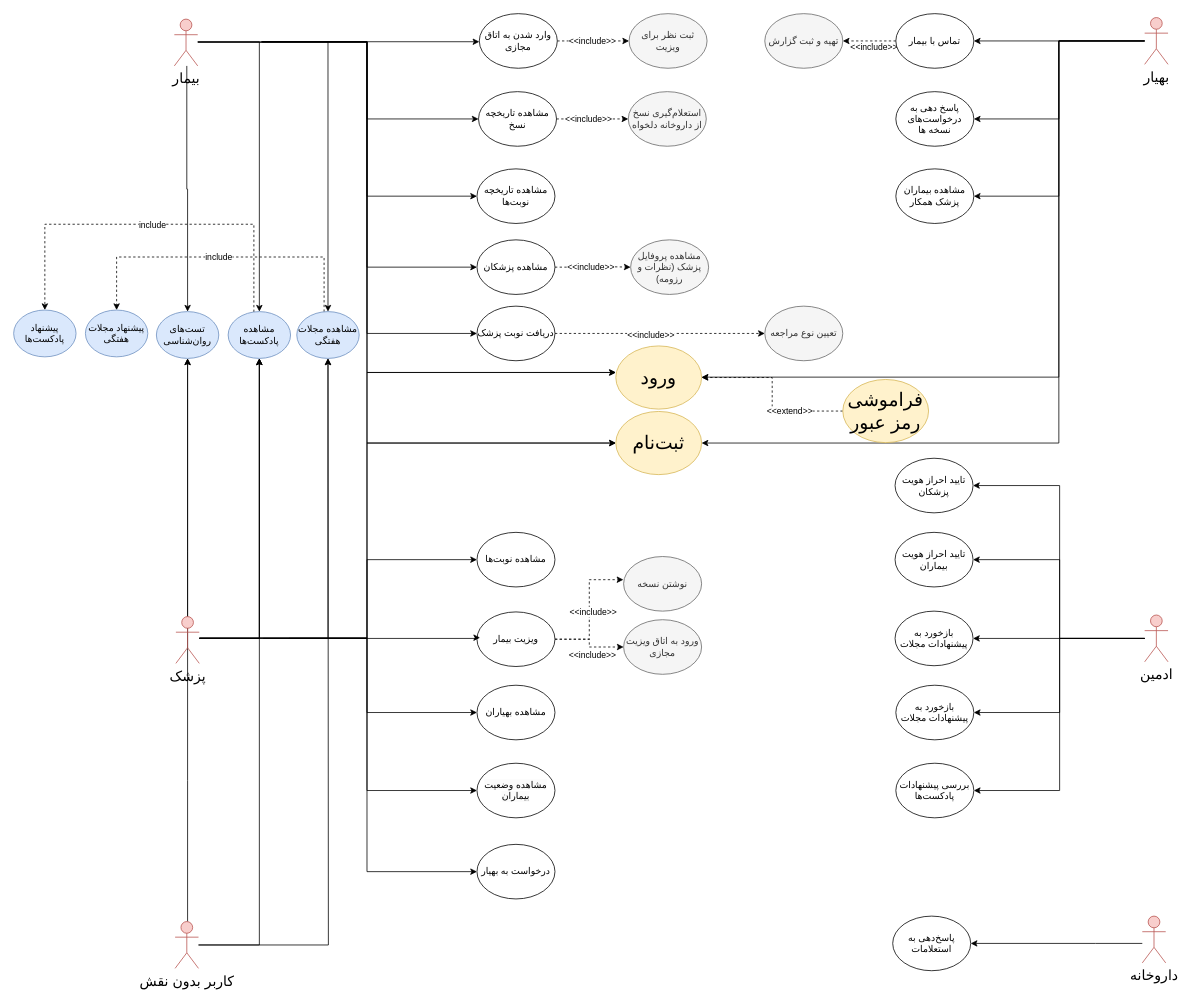
This is UseCases/UseCase-level1.drawio from Matinrezaei/Software-Lab, a draw.io file, before an edit. Source tidied: cells renumbered, new cells numbered last; positions are measured from the earlier drawing's top-left corner, leaving out a move shared by most shapes. Both pictures are drawn from the tidied source at 78%, with x=0, y=0 at pixel (13, 13).
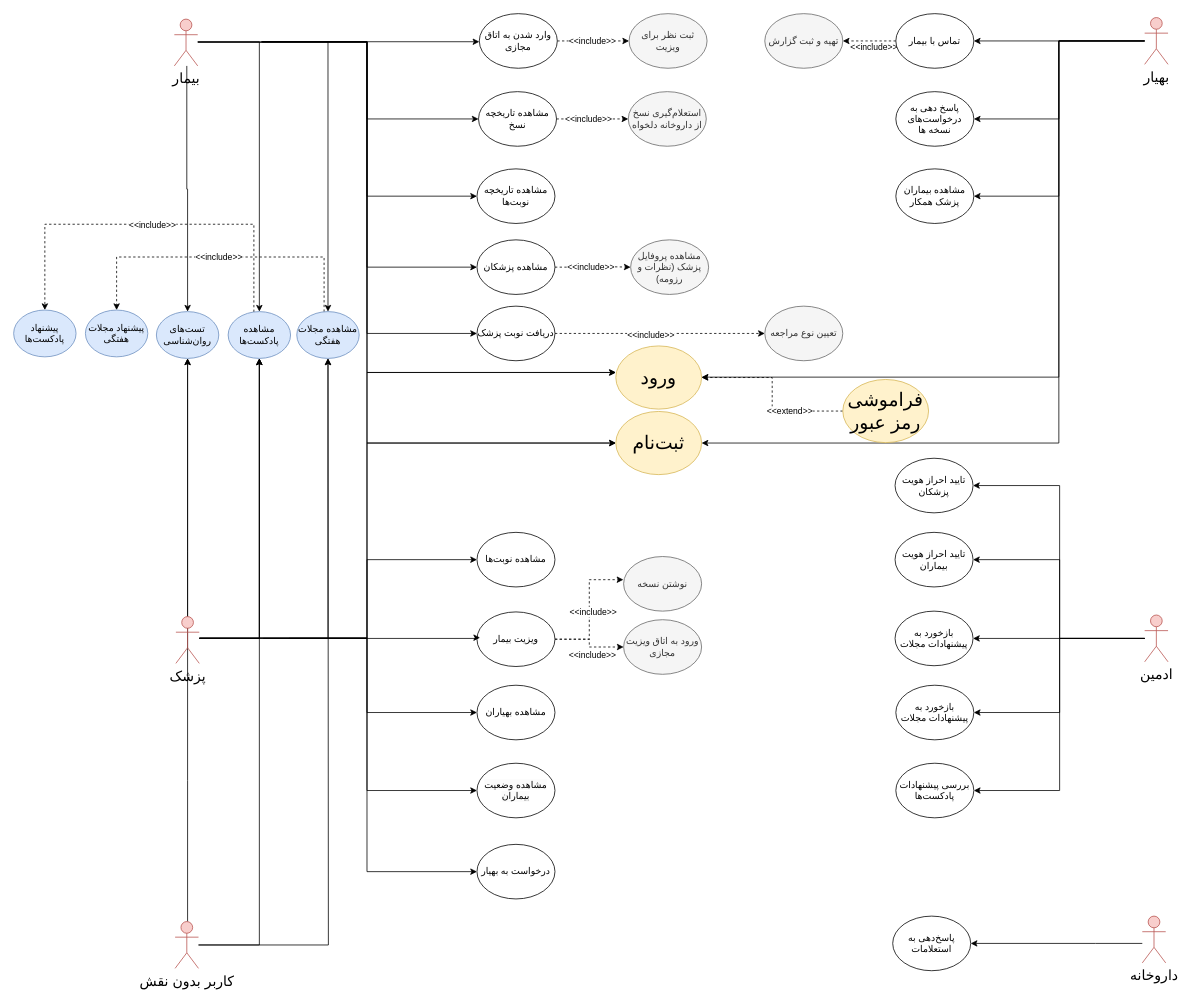
After the change.

The change refers to these unchanged cells:
```xml
<mxCell id="71" style="edgeStyle=orthogonalEdgeStyle;rounded=0;jettySize=auto;html=1;entryX=0.5;entryY=0;entryDx=0;entryDy=0;dashed=1;" parent="1" edge="1" source="73" target="84">
  <mxGeometry relative="1" as="geometry">
    <Array as="points">
      <mxPoint x="308" y="270" />
      <mxPoint x="40" y="270" />
    </Array>
  </mxGeometry>
</mxCell>
<mxCell id="85" style="edgeStyle=orthogonalEdgeStyle;rounded=0;jettySize=auto;html=1;entryX=0.5;entryY=0;entryDx=0;entryDy=0;dashed=1;" parent="1" edge="1" source="87" target="83">
  <mxGeometry relative="1" as="geometry">
    <Array as="points">
      <mxPoint x="398" y="312" />
      <mxPoint x="132" y="312" />
    </Array>
  </mxGeometry>
</mxCell>
```

Change to the diagram source:
```diff
@@
-    <mxCell id="72" value="include" style="edgeLabel;html=1;align=center;verticalAlign=middle;" parent="71" vertex="1">
+    <mxCell id="72" value="&amp;lt;&amp;lt;include&amp;gt;&amp;gt;" style="edgeLabel;html=1;align=center;verticalAlign=middle;" parent="71" vertex="1">
       <mxGeometry x="-0.01" relative="1" as="geometry" />
     </mxCell>
@@
-    <mxCell id="86" value="include" style="edgeLabel;html=1;align=center;verticalAlign=middle;" parent="85" vertex="1">
+    <mxCell id="86" value="&amp;lt;&amp;lt;include&amp;gt;&amp;gt;" style="edgeLabel;html=1;align=center;verticalAlign=middle;" parent="85" vertex="1">
       <mxGeometry x="0.02" y="-1" relative="1" as="geometry" />
     </mxCell>
```
